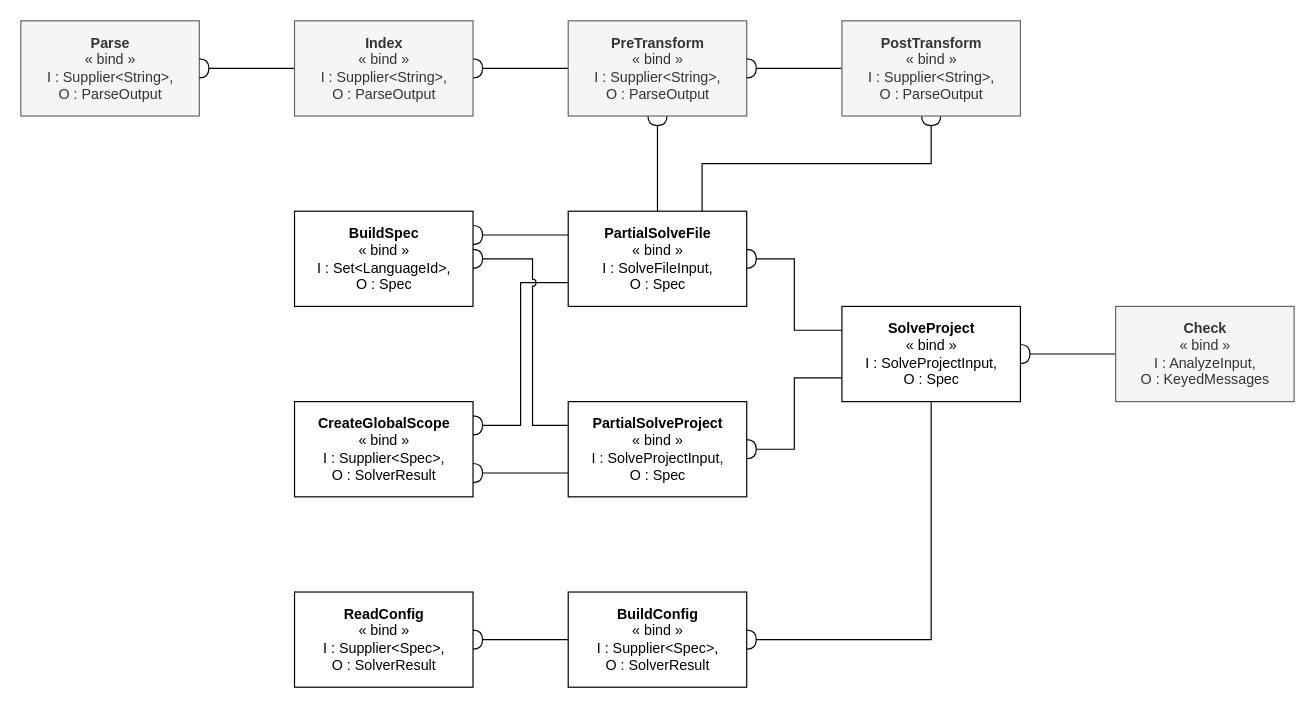
Above: page "MLA Task Hierarchy" (16 of 18) of Spoofax3 Diagrams.drawio in AZWN/Spoofax-pie-diagrams (draw.io), before the change. Source tidied: cells renumbered, new cells numbered last; positions are measured from the earlier drawing's top-left corner, leaving out a move shared by most shapes. Both pictures are drawn from the tidied source at 119%, with x=0, y=0 at pixel (20, 20).
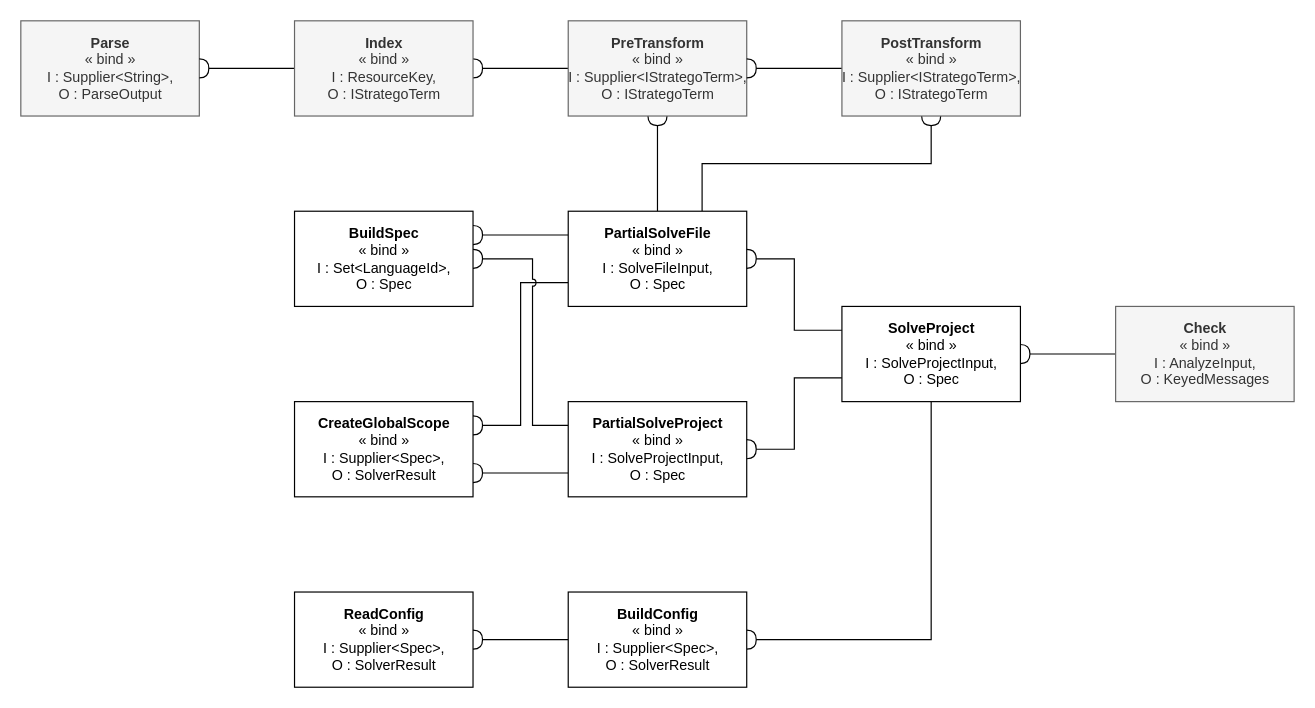
The same page after the edit.

Change to the diagram source:
```diff
@@
-    <mxCell id="23" value="&lt;b&gt;PreTransform&lt;/b&gt;&lt;br&gt;« bind »&lt;br&gt;I : Supplier&amp;lt;String&amp;gt;, &lt;br&gt;O : ParseOutput" style="html=1;fillColor=#f5f5f5;strokeColor=#666666;fontColor=#333333;" parent="1" vertex="1">
+    <mxCell id="23" value="&lt;b&gt;PreTransform&lt;/b&gt;&lt;br&gt;« bind »&lt;br&gt;I : Supplier&amp;lt;IStrategoTerm&amp;gt;, &lt;br&gt;O : IStrategoTerm" style="html=1;fillColor=#f5f5f5;strokeColor=#666666;fontColor=#333333;" parent="1" vertex="1">
       <mxGeometry x="460" width="150" height="80" as="geometry" />
     </mxCell>
-    <mxCell id="24" style="edgeStyle=orthogonalEdgeStyle;rounded=0;jumpStyle=arc;jettySize=auto;html=1;exitX=0;exitY=0.5;exitDx=0;exitDy=0;entryX=1;entryY=0.5;entryDx=0;entryDy=0;startArrow=none;startFill=0;endArrow=halfCircle;endFill=0;" parent="1" edge="1" source="25" target="23">
+    <mxCell id="24" style="edgeStyle=orthogonalEdgeStyle;rounded=0;jettySize=auto;html=1;exitX=0;exitY=0.5;exitDx=0;exitDy=0;entryX=1;entryY=0.5;entryDx=0;entryDy=0;endArrow=halfCircle;endFill=0;" parent="1" edge="1" source="25" target="23">
       <mxGeometry relative="1" as="geometry" />
     </mxCell>
-    <mxCell id="25" value="&lt;b&gt;PostTransform&lt;/b&gt;&lt;br&gt;« bind »&lt;br&gt;I : Supplier&amp;lt;String&amp;gt;, &lt;br&gt;O : ParseOutput" style="html=1;fillColor=#f5f5f5;strokeColor=#666666;fontColor=#333333;" parent="1" vertex="1">
+    <mxCell id="25" value="&lt;b&gt;PostTransform&lt;/b&gt;&lt;br&gt;« bind »&lt;br&gt;I : Supplier&amp;lt;IStrategoTerm&amp;gt;, &lt;br&gt;O : IStrategoTerm" style="html=1;fillColor=#f5f5f5;strokeColor=#666666;fontColor=#333333;" parent="1" vertex="1">
       <mxGeometry x="690" width="150" height="80" as="geometry" />
     </mxCell>
@@
-    <mxCell id="27" value="&lt;b&gt;Index&lt;/b&gt;&lt;br&gt;« bind »&lt;br&gt;I : Supplier&amp;lt;String&amp;gt;, &lt;br&gt;O : ParseOutput" style="html=1;fillColor=#f5f5f5;strokeColor=#666666;fontColor=#333333;" parent="1" vertex="1">
+    <mxCell id="27" value="&lt;b&gt;Index&lt;/b&gt;&lt;br&gt;« bind »&lt;br&gt;I : ResourceKey, &lt;br&gt;O : IStrategoTerm" style="html=1;fillColor=#f5f5f5;strokeColor=#666666;fontColor=#333333;" parent="1" vertex="1">
       <mxGeometry x="230" width="150" height="80" as="geometry" />
     </mxCell>
```
